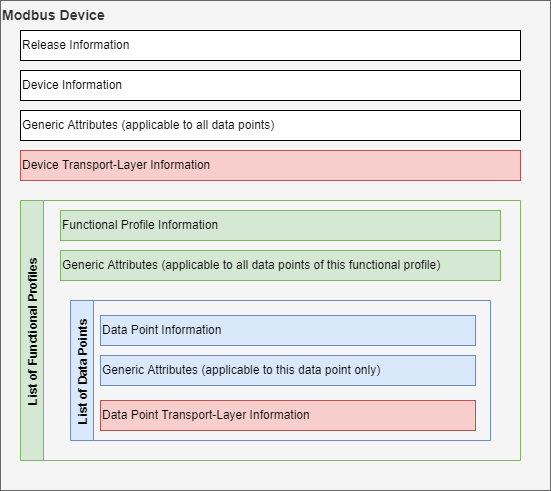
Earlier version of the draw.io export doc/SGrSchema.png (SmartgridReady/SGrSpecifications). Source tidied: cells renumbered, new cells last; positions are measured from the earlier drawing's top-left corner, leaving out a move shared by most shapes.
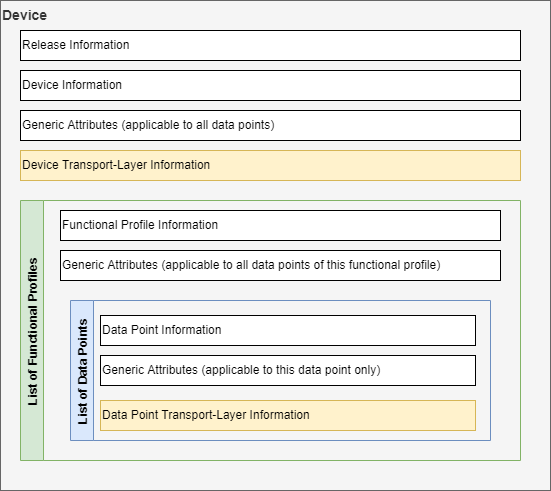
Above is the later version.

Change to the diagram source:
```diff
@@ -2,7 +2,7 @@
   <root>
     <mxCell id="0" />
     <mxCell id="1" parent="0" />
-    <mxCell id="2" value="Modbus Device" style="rounded=0;whiteSpace=wrap;html=1;align=left;verticalAlign=top;fillColor=#f5f5f5;fontColor=#333333;strokeColor=#666666;fontStyle=1;fontSize=14;" parent="1" vertex="1">
+    <mxCell id="2" value="Device" style="rounded=0;whiteSpace=wrap;html=1;align=left;verticalAlign=top;fillColor=#f5f5f5;fontColor=#333333;strokeColor=#666666;fontStyle=1;fontSize=14;" parent="1" vertex="1">
       <mxGeometry width="550" height="490" as="geometry" />
     </mxCell>
     <mxCell id="3" value="Release Information" style="rounded=0;whiteSpace=wrap;html=1;align=left;" parent="1" vertex="1">
@@ -14,28 +14,28 @@
     <mxCell id="5" value="Generic Attributes (applicable to all data points)" style="rounded=0;whiteSpace=wrap;html=1;align=left;" parent="1" vertex="1">
       <mxGeometry x="20" y="110" width="500" height="30" as="geometry" />
     </mxCell>
-    <mxCell id="6" value="Device Transport-Layer Information" style="rounded=0;whiteSpace=wrap;html=1;align=left;fillColor=#f8cecc;strokeColor=#b85450;" parent="1" vertex="1">
+    <mxCell id="6" value="Device Transport-Layer Information" style="rounded=0;whiteSpace=wrap;html=1;align=left;fillColor=#fff2cc;strokeColor=#d6b656;" parent="1" vertex="1">
       <mxGeometry x="20" y="150" width="500" height="30" as="geometry" />
     </mxCell>
     <mxCell id="7" value="List of Functional Profiles" style="swimlane;horizontal=0;fillColor=#d5e8d4;strokeColor=#82b366;" parent="1" vertex="1">
       <mxGeometry x="20" y="200" width="500" height="260" as="geometry" />
     </mxCell>
-    <mxCell id="8" value="Functional Profile Information" style="rounded=0;whiteSpace=wrap;html=1;align=left;fillColor=#d5e8d4;strokeColor=#82b366;" parent="7" vertex="1">
+    <mxCell id="8" value="Functional Profile Information" style="rounded=0;whiteSpace=wrap;html=1;align=left;" parent="7" vertex="1">
       <mxGeometry x="40" y="10" width="440" height="30" as="geometry" />
     </mxCell>
-    <mxCell id="9" value="Generic Attributes (applicable to all data points of this functional profile)" style="rounded=0;whiteSpace=wrap;html=1;align=left;fillColor=#d5e8d4;strokeColor=#82b366;" parent="7" vertex="1">
+    <mxCell id="9" value="Generic Attributes (applicable to all data points of this functional profile)" style="rounded=0;whiteSpace=wrap;html=1;align=left;" parent="7" vertex="1">
       <mxGeometry x="40" y="50" width="440" height="30" as="geometry" />
     </mxCell>
     <mxCell id="10" value="List of Data Points" style="swimlane;horizontal=0;fillColor=#dae8fc;strokeColor=#6c8ebf;" parent="7" vertex="1">
       <mxGeometry x="50" y="100" width="420" height="140" as="geometry" />
     </mxCell>
-    <mxCell id="11" value="Generic Attributes (applicable to this data point only)" style="rounded=0;whiteSpace=wrap;html=1;align=left;fillColor=#dae8fc;strokeColor=#6c8ebf;" parent="10" vertex="1">
+    <mxCell id="11" value="Generic Attributes (applicable to this data point only)" style="rounded=0;whiteSpace=wrap;html=1;align=left;" parent="10" vertex="1">
       <mxGeometry x="30" y="55" width="375" height="30" as="geometry" />
     </mxCell>
-    <mxCell id="12" value="Data Point Information" style="rounded=0;whiteSpace=wrap;html=1;align=left;fillColor=#dae8fc;strokeColor=#6c8ebf;" parent="10" vertex="1">
+    <mxCell id="12" value="Data Point Information" style="rounded=0;whiteSpace=wrap;html=1;align=left;" parent="10" vertex="1">
       <mxGeometry x="30" y="15" width="375" height="30" as="geometry" />
     </mxCell>
-    <mxCell id="13" value="Data Point Transport-Layer Information" style="rounded=0;whiteSpace=wrap;html=1;align=left;fillColor=#f8cecc;strokeColor=#b85450;" parent="10" vertex="1">
+    <mxCell id="13" value="Data Point Transport-Layer Information" style="rounded=0;whiteSpace=wrap;html=1;align=left;fillColor=#fff2cc;strokeColor=#d6b656;" parent="10" vertex="1">
       <mxGeometry x="30" y="100" width="375" height="30" as="geometry" />
     </mxCell>
   </root>
```
